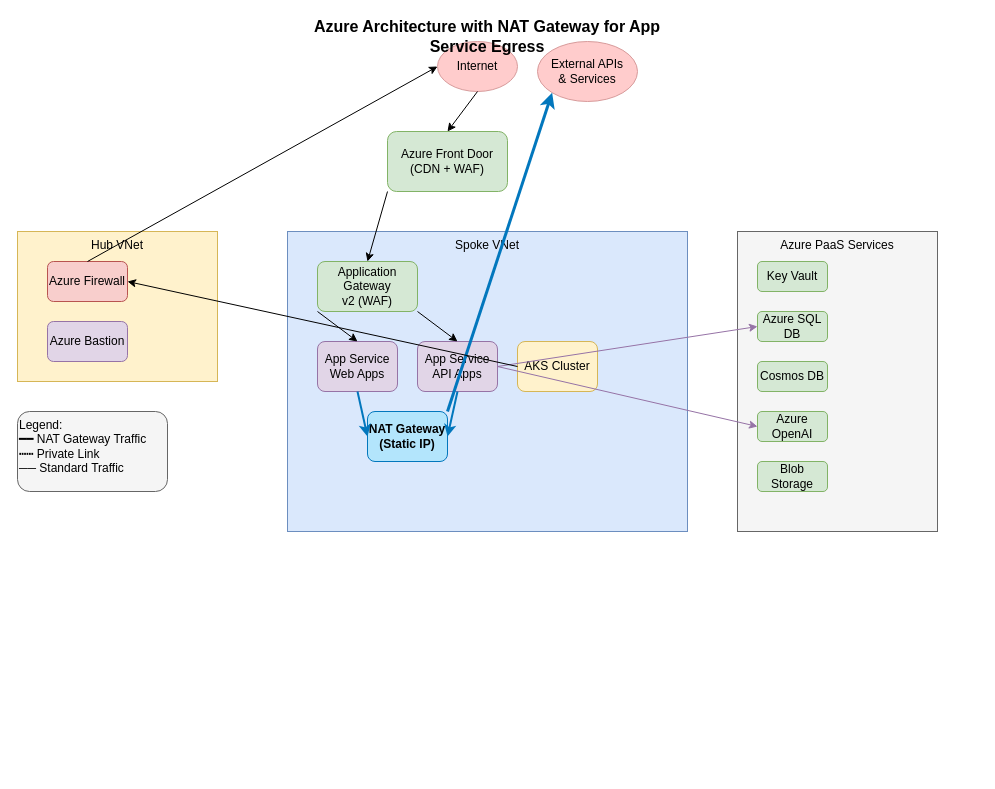
DentaMitra/semantic-kernel-azure-rag-demo keeps this draw.io diagram as page "Azure-Architecture" (1 of 2) of drawio/azure-architecture.drawio. Above is the earlier version. Source tidied: cells renumbered, new cells numbered last; positions are measured from the earlier drawing's top-left corner, leaving out a move shared by most shapes. Both pictures are drawn from the tidied source at 100%, with x=0, y=0 at pixel (17, 21).
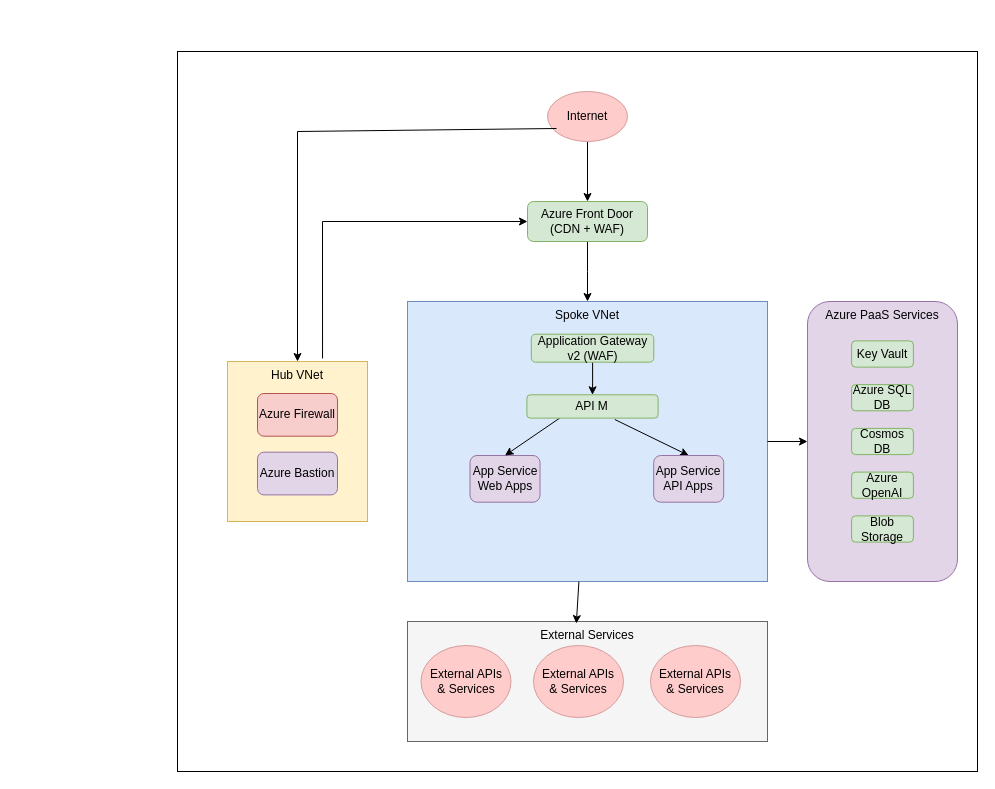
Above is the later version.

Diff of the diagram source:
```diff
@@
+    <mxCell id="33" style="rounded=0;whiteSpace=wrap;html=1;" parent="1" vertex="1">
+      <mxGeometry x="160" y="30" width="800" height="720" as="geometry" />
+    </mxCell>
+    <mxCell id="34" style="group;" parent="1" vertex="1">
+      <mxGeometry x="210" y="70" width="730" height="650" as="geometry" />
+    </mxCell>
+    <mxCell id="35" style="group;" parent="34" vertex="1">
+      <mxGeometry width="730" height="650" as="geometry" />
+    </mxCell>
+    <mxCell id="20" style="edgeStyle=orthogonalEdgeStyle;rounded=0;jettySize=auto;html=1;" parent="35" edge="1" source="2" target="3">
+      <mxGeometry relative="1" as="geometry" />
+    </mxCell>
-    <mxCell id="2" value="Internet" style="ellipse;whiteSpace=wrap;html=1;fillColor=#ffcccc;strokeColor=#d79b9b;" parent="1" vertex="1">
-      <mxGeometry x="420" y="20" width="80" height="50" as="geometry" />
+    <mxCell id="2" value="Internet" style="ellipse;whiteSpace=wrap;html=1;fillColor=#ffcccc;strokeColor=#d79b9b;" parent="35" vertex="1">
+      <mxGeometry x="320" width="80" height="50" as="geometry" />
     </mxCell>
+    <mxCell id="36" style="edgeStyle=orthogonalEdgeStyle;rounded=0;jettySize=auto;html=1;exitX=0.5;exitY=1;exitDx=0;exitDy=0;" parent="35" edge="1" source="3">
+      <mxGeometry relative="1" as="geometry">
+        <mxPoint x="360" y="210" as="targetPoint" />
+      </mxGeometry>
+    </mxCell>
-    <mxCell id="3" value="Azure Front Door&#10;(CDN + WAF)" style="rounded=1;whiteSpace=wrap;html=1;fillColor=#d5e8d4;strokeColor=#82b366;" parent="1" vertex="1">
-      <mxGeometry x="370" y="110" width="120" height="60" as="geometry" />
+    <mxCell id="3" value="Azure Front Door&#10;(CDN + WAF)" style="rounded=1;whiteSpace=wrap;html=1;fillColor=#d5e8d4;strokeColor=#82b366;" parent="35" vertex="1">
+      <mxGeometry x="300" y="110" width="120" height="40" as="geometry" />
     </mxCell>
-    <mxCell id="4" value="Hub VNet" style="rounded=0;whiteSpace=wrap;html=1;fillColor=#fff2cc;strokeColor=#d6b656;verticalAlign=top;" parent="1" vertex="1">
-      <mxGeometry y="210" width="200" height="150" as="geometry" />
-    </mxCell>
-    <mxCell id="5" value="Azure Firewall" style="rounded=1;whiteSpace=wrap;html=1;fillColor=#f8cecc;strokeColor=#b85450;" parent="1" vertex="1">
-      <mxGeometry x="30" y="240" width="80" height="40" as="geometry" />
-    </mxCell>
-    <mxCell id="6" value="Azure Bastion" style="rounded=1;whiteSpace=wrap;html=1;fillColor=#e1d5e7;strokeColor=#9673a6;" parent="1" vertex="1">
-      <mxGeometry x="30" y="300" width="80" height="40" as="geometry" />
-    </mxCell>
-    <mxCell id="7" value="Spoke VNet" style="rounded=0;whiteSpace=wrap;html=1;fillColor=#dae8fc;strokeColor=#6c8ebf;verticalAlign=top;" parent="1" vertex="1">
-      <mxGeometry x="270" y="210" width="400" height="300" as="geometry" />
-    </mxCell>
-    <mxCell id="8" value="Application Gateway&#10;v2 (WAF)" style="rounded=1;whiteSpace=wrap;html=1;fillColor=#d5e8d4;strokeColor=#82b366;" parent="1" vertex="1">
-      <mxGeometry x="300" y="240" width="100" height="50" as="geometry" />
-    </mxCell>
-    <mxCell id="9" value="App Service&#10;Web Apps" style="rounded=1;whiteSpace=wrap;html=1;fillColor=#e1d5e7;strokeColor=#9673a6;" parent="1" vertex="1">
-      <mxGeometry x="300" y="320" width="80" height="50" as="geometry" />
-    </mxCell>
-    <mxCell id="10" value="App Service&#10;API Apps" style="rounded=1;whiteSpace=wrap;html=1;fillColor=#e1d5e7;strokeColor=#9673a6;" parent="1" vertex="1">
-      <mxGeometry x="400" y="320" width="80" height="50" as="geometry" />
-    </mxCell>
-    <mxCell id="11" value="NAT Gateway&#10;(Static IP)" style="rounded=1;whiteSpace=wrap;html=1;fillColor=#b3e5fc;strokeColor=#0277bd;fontStyle=1;" parent="1" vertex="1">
-      <mxGeometry x="350" y="390" width="80" height="50" as="geometry" />
-    </mxCell>
-    <mxCell id="12" value="AKS Cluster" style="rounded=1;whiteSpace=wrap;html=1;fillColor=#fff2cc;strokeColor=#d6b656;" parent="1" vertex="1">
-      <mxGeometry x="500" y="320" width="80" height="50" as="geometry" />
-    </mxCell>
+    <mxCell id="37" style="group;" parent="35" vertex="1">
+      <mxGeometry x="580" y="210" width="150" height="280" as="geometry" />
+    </mxCell>
-    <mxCell id="13" value="Azure PaaS Services" style="rounded=0;whiteSpace=wrap;html=1;fillColor=#f5f5f5;strokeColor=#666666;verticalAlign=top;" parent="1" vertex="1">
-      <mxGeometry x="720" y="210" width="200" height="300" as="geometry" />
+    <mxCell id="13" value="&lt;div style=&quot;&quot;&gt;&lt;span style=&quot;background-color: transparent; color: light-dark(rgb(0, 0, 0), rgb(255, 255, 255));&quot;&gt;Azure PaaS Services&lt;/span&gt;&lt;/div&gt;" style="whiteSpace=wrap;html=1;fillColor=#e1d5e7;strokeColor=#9673a6;rounded=1;align=center;verticalAlign=top;" parent="37" vertex="1">
+      <mxGeometry width="150" height="280" as="geometry" />
     </mxCell>
-    <mxCell id="14" value="Key Vault" style="rounded=1;whiteSpace=wrap;html=1;fillColor=#d5e8d4;strokeColor=#82b366;" parent="1" vertex="1">
-      <mxGeometry x="740" y="240" width="70" height="30" as="geometry" />
+    <mxCell id="14" value="Key Vault" style="rounded=1;whiteSpace=wrap;html=1;fillColor=#d5e8d4;strokeColor=#82b366;" parent="37" vertex="1">
+      <mxGeometry x="44.1" y="39.4" width="61.8" height="26.2" as="geometry" />
     </mxCell>
-    <mxCell id="15" value="Azure SQL DB" style="rounded=1;whiteSpace=wrap;html=1;fillColor=#d5e8d4;strokeColor=#82b366;" parent="1" vertex="1">
-      <mxGeometry x="740" y="290" width="70" height="30" as="geometry" />
+    <mxCell id="15" value="Azure SQL DB" style="rounded=1;whiteSpace=wrap;html=1;fillColor=#d5e8d4;strokeColor=#82b366;" parent="37" vertex="1">
+      <mxGeometry x="44.1" y="83.1" width="61.8" height="26.2" as="geometry" />
     </mxCell>
-    <mxCell id="16" value="Cosmos DB" style="rounded=1;whiteSpace=wrap;html=1;fillColor=#d5e8d4;strokeColor=#82b366;" parent="1" vertex="1">
-      <mxGeometry x="740" y="340" width="70" height="30" as="geometry" />
+    <mxCell id="16" value="Cosmos DB" style="rounded=1;whiteSpace=wrap;html=1;fillColor=#d5e8d4;strokeColor=#82b366;" parent="37" vertex="1">
+      <mxGeometry x="44.1" y="126.9" width="61.8" height="26.2" as="geometry" />
     </mxCell>
-    <mxCell id="17" value="Azure OpenAI" style="rounded=1;whiteSpace=wrap;html=1;fillColor=#d5e8d4;strokeColor=#82b366;" parent="1" vertex="1">
-      <mxGeometry x="740" y="390" width="70" height="30" as="geometry" />
+    <mxCell id="17" value="Azure OpenAI" style="rounded=1;whiteSpace=wrap;html=1;fillColor=#d5e8d4;strokeColor=#82b366;" parent="37" vertex="1">
+      <mxGeometry x="44.1" y="170.6" width="61.8" height="26.2" as="geometry" />
     </mxCell>
-    <mxCell id="18" value="Blob Storage" style="rounded=1;whiteSpace=wrap;html=1;fillColor=#d5e8d4;strokeColor=#82b366;" parent="1" vertex="1">
-      <mxGeometry x="740" y="440" width="70" height="30" as="geometry" />
+    <mxCell id="18" value="Blob Storage" style="rounded=1;whiteSpace=wrap;html=1;fillColor=#d5e8d4;strokeColor=#82b366;" parent="37" vertex="1">
+      <mxGeometry x="44.1" y="214.4" width="61.8" height="26.2" as="geometry" />
     </mxCell>
-    <mxCell id="19" value="External APIs&#10;&amp; Services" style="ellipse;whiteSpace=wrap;html=1;fillColor=#ffcccc;strokeColor=#d79b9b;" parent="1" vertex="1">
-      <mxGeometry x="520" y="20" width="100" height="60" as="geometry" />
-    </mxCell>
-    <mxCell id="20" style="endArrow=classic;html=1;rounded=0;exitX=0.5;exitY=1;exitDx=0;exitDy=0;entryX=0.5;entryY=0;entryDx=0;entryDy=0;" parent="1" edge="1" source="2" target="3">
-      <mxGeometry relative="1" as="geometry" />
-    </mxCell>
-    <mxCell id="21" style="endArrow=classic;html=1;rounded=0;exitX=0;exitY=1;exitDx=0;exitDy=0;entryX=0.5;entryY=0;entryDx=0;entryDy=0;" parent="1" edge="1" source="3" target="8">
-      <mxGeometry relative="1" as="geometry" />
-    </mxCell>
+    <mxCell id="38" style="group;" parent="35" vertex="1">
+      <mxGeometry x="190" y="210" width="350" height="280" as="geometry" />
+    </mxCell>
+    <mxCell id="7" value="Spoke VNet" style="rounded=0;whiteSpace=wrap;html=1;fillColor=#dae8fc;strokeColor=#6c8ebf;verticalAlign=top;" parent="38" vertex="1">
+      <mxGeometry x="-10" width="360" height="280" as="geometry" />
+    </mxCell>
+    <mxCell id="39" style="edgeStyle=orthogonalEdgeStyle;rounded=0;jettySize=auto;html=1;" parent="38" edge="1" source="8" target="40">
+      <mxGeometry relative="1" as="geometry" />
+    </mxCell>
+    <mxCell id="8" value="Application Gateway&#10;v2 (WAF)" style="rounded=1;whiteSpace=wrap;html=1;fillColor=#d5e8d4;strokeColor=#82b366;" parent="38" vertex="1">
+      <mxGeometry x="113.8" y="32.7" width="122.5" height="28" as="geometry" />
+    </mxCell>
+    <mxCell id="9" value="App Service&#10;Web Apps" style="rounded=1;whiteSpace=wrap;html=1;fillColor=#e1d5e7;strokeColor=#9673a6;" parent="38" vertex="1">
+      <mxGeometry x="52.5" y="154" width="70" height="46.7" as="geometry" />
+    </mxCell>
-    <mxCell id="22" style="endArrow=classic;html=1;rounded=0;exitX=0;exitY=1;exitDx=0;exitDy=0;entryX=0.5;entryY=0;entryDx=0;entryDy=0;" parent="1" edge="1" source="8" target="9">
+    <mxCell id="22" style="endArrow=classic;html=1;rounded=0;exitX=0.25;exitY=1;exitDx=0;exitDy=0;entryX=0.5;entryY=0;entryDx=0;entryDy=0;" parent="38" edge="1" source="40" target="9">
       <mxGeometry relative="1" as="geometry" />
     </mxCell>
-    <mxCell id="23" style="endArrow=classic;html=1;rounded=0;exitX=1;exitY=1;exitDx=0;exitDy=0;entryX=0.5;entryY=0;entryDx=0;entryDy=0;" parent="1" edge="1" source="8" target="10">
+    <mxCell id="23" style="endArrow=classic;html=1;rounded=0;exitX=0.67;exitY=1.06;exitDx=0;exitDy=0;entryX=0.5;entryY=0;entryDx=0;entryDy=0;exitPerimeter=0;" parent="38" edge="1" source="40" target="10">
       <mxGeometry relative="1" as="geometry" />
     </mxCell>
-    <mxCell id="24" style="endArrow=classic;html=1;rounded=0;exitX=0.5;exitY=1;exitDx=0;exitDy=0;entryX=0;entryY=0.5;entryDx=0;entryDy=0;strokeColor=#0277bd;strokeWidth=2;" parent="1" edge="1" source="9" target="11">
-      <mxGeometry relative="1" as="geometry" />
-    </mxCell>
-    <mxCell id="25" style="endArrow=classic;html=1;rounded=0;exitX=0.5;exitY=1;exitDx=0;exitDy=0;entryX=1;entryY=0.5;entryDx=0;entryDy=0;strokeColor=#0277bd;strokeWidth=2;" parent="1" edge="1" source="10" target="11">
-      <mxGeometry relative="1" as="geometry" />
-    </mxCell>
-    <mxCell id="26" style="endArrow=classic;html=1;rounded=0;exitX=1;exitY=0;exitDx=0;exitDy=0;entryX=0;entryY=1;entryDx=0;entryDy=0;strokeColor=#0277bd;strokeWidth=3;" parent="1" edge="1" source="11" target="19">
-      <mxGeometry relative="1" as="geometry" />
-    </mxCell>
-    <mxCell id="27" style="endArrow=classic;html=1;rounded=0;exitX=1;exitY=0.5;exitDx=0;exitDy=0;entryX=0;entryY=0.5;entryDx=0;entryDy=0;strokeStyle=dashed;strokeColor=#9673a6;" parent="1" edge="1" source="10" target="15">
-      <mxGeometry relative="1" as="geometry" />
-    </mxCell>
-    <mxCell id="28" style="endArrow=classic;html=1;rounded=0;exitX=1;exitY=0.5;exitDx=0;exitDy=0;entryX=0;entryY=0.5;entryDx=0;entryDy=0;strokeStyle=dashed;strokeColor=#9673a6;" parent="1" edge="1" source="10" target="17">
-      <mxGeometry relative="1" as="geometry" />
-    </mxCell>
-    <mxCell id="29" style="endArrow=classic;html=1;rounded=0;exitX=0;exitY=0.5;exitDx=0;exitDy=0;entryX=1;entryY=0.5;entryDx=0;entryDy=0;" parent="1" edge="1" source="12" target="5">
-      <mxGeometry relative="1" as="geometry" />
-    </mxCell>
-    <mxCell id="30" style="endArrow=classic;html=1;rounded=0;exitX=0.5;exitY=0;exitDx=0;exitDy=0;entryX=0;entryY=0.5;entryDx=0;entryDy=0;" parent="1" edge="1" source="5" target="2">
-      <mxGeometry relative="1" as="geometry" />
-    </mxCell>
-    <mxCell id="31" value="Azure Architecture with NAT Gateway for App Service Egress" style="text;html=1;strokeColor=none;fillColor=none;align=center;verticalAlign=middle;whiteSpace=wrap;rounded=0;fontSize=16;fontStyle=1;" parent="1" vertex="1">
-      <mxGeometry x="270" width="400" height="30" as="geometry" />
-    </mxCell>
-    <mxCell id="32" value="Legend:&#10;━━ NAT Gateway Traffic&#10;┅┅ Private Link&#10;── Standard Traffic" style="text;html=1;strokeColor=#666666;fillColor=#f5f5f5;align=left;verticalAlign=top;whiteSpace=wrap;rounded=1;" parent="1" vertex="1">
-      <mxGeometry y="390" width="150" height="80" as="geometry" />
-    </mxCell>
+    <mxCell id="10" value="App Service&#10;API Apps" style="rounded=1;whiteSpace=wrap;html=1;fillColor=#e1d5e7;strokeColor=#9673a6;" parent="38" vertex="1">
+      <mxGeometry x="236.2" y="154" width="70" height="46.7" as="geometry" />
+    </mxCell>
+    <mxCell id="40" value="API M" style="rounded=1;whiteSpace=wrap;html=1;fillColor=#d5e8d4;strokeColor=#82b366;" parent="38" vertex="1">
+      <mxGeometry x="109.4" y="93.3" width="131.2" height="23.3" as="geometry" />
+    </mxCell>
+    <mxCell id="41" style="group;" parent="35" vertex="1">
+      <mxGeometry y="270" width="140" height="160" as="geometry" />
+    </mxCell>
+    <mxCell id="4" value="Hub VNet" style="rounded=0;whiteSpace=wrap;html=1;fillColor=#fff2cc;strokeColor=#d6b656;verticalAlign=top;" parent="41" vertex="1">
+      <mxGeometry width="140" height="160" as="geometry" />
+    </mxCell>
+    <mxCell id="5" value="Azure Firewall" style="rounded=1;whiteSpace=wrap;html=1;fillColor=#f8cecc;strokeColor=#b85450;" parent="41" vertex="1">
+      <mxGeometry x="30" y="32" width="80" height="42.7" as="geometry" />
+    </mxCell>
+    <mxCell id="6" value="Azure Bastion" style="rounded=1;whiteSpace=wrap;html=1;fillColor=#e1d5e7;strokeColor=#9673a6;" parent="41" vertex="1">
+      <mxGeometry x="30" y="90.7" width="80" height="42.7" as="geometry" />
+    </mxCell>
+    <mxCell id="42" style="group;" parent="35" vertex="1">
+      <mxGeometry x="180" y="530" width="360" height="120" as="geometry" />
+    </mxCell>
+    <mxCell id="43" value="External Services" style="rounded=0;whiteSpace=wrap;html=1;fillColor=#f5f5f5;strokeColor=#666666;verticalAlign=top;" parent="42" vertex="1">
+      <mxGeometry width="360" height="120" as="geometry" />
+    </mxCell>
+    <mxCell id="19" value="External APIs&#10;&amp; Services" style="ellipse;whiteSpace=wrap;html=1;fillColor=#ffcccc;strokeColor=#d79b9b;" parent="42" vertex="1">
+      <mxGeometry x="13.5" y="24" width="90" height="72" as="geometry" />
+    </mxCell>
+    <mxCell id="44" value="External APIs&#10;&amp; Services" style="ellipse;whiteSpace=wrap;html=1;fillColor=#ffcccc;strokeColor=#d79b9b;" parent="42" vertex="1">
+      <mxGeometry x="243" y="24" width="90" height="72" as="geometry" />
+    </mxCell>
+    <mxCell id="45" value="External APIs&#10;&amp; Services" style="ellipse;whiteSpace=wrap;html=1;fillColor=#ffcccc;strokeColor=#d79b9b;" parent="42" vertex="1">
+      <mxGeometry x="126" y="24" width="90" height="72" as="geometry" />
+    </mxCell>
+    <mxCell id="46" style="endArrow=classic;html=1;rounded=0;exitX=0.679;exitY=-0.019;exitDx=0;exitDy=0;exitPerimeter=0;" parent="35" edge="1" source="4">
+      <mxGeometry relative="1" as="geometry">
+        <mxPoint x="300" y="130" as="targetPoint" />
+        <Array as="points">
+          <mxPoint x="95" y="130" />
+        </Array>
+      </mxGeometry>
+    </mxCell>
+    <mxCell id="47" style="endArrow=classic;html=1;rounded=0;" parent="35" edge="1" source="7">
+      <mxGeometry relative="1" as="geometry">
+        <mxPoint x="580" y="350" as="targetPoint" />
+      </mxGeometry>
+    </mxCell>
+    <mxCell id="48" style="endArrow=classic;html=1;rounded=0;entryX=0.469;entryY=0.017;entryDx=0;entryDy=0;entryPerimeter=0;" parent="35" edge="1" source="7" target="43">
+      <mxGeometry relative="1" as="geometry" />
+    </mxCell>
+    <mxCell id="49" style="endArrow=classic;html=1;rounded=0;exitX=0.113;exitY=0.74;exitDx=0;exitDy=0;exitPerimeter=0;" parent="34" edge="1" source="2">
+      <mxGeometry relative="1" as="geometry">
+        <mxPoint x="70" y="270" as="targetPoint" />
+        <Array as="points">
+          <mxPoint x="70" y="40" />
+        </Array>
+      </mxGeometry>
+    </mxCell>
```
